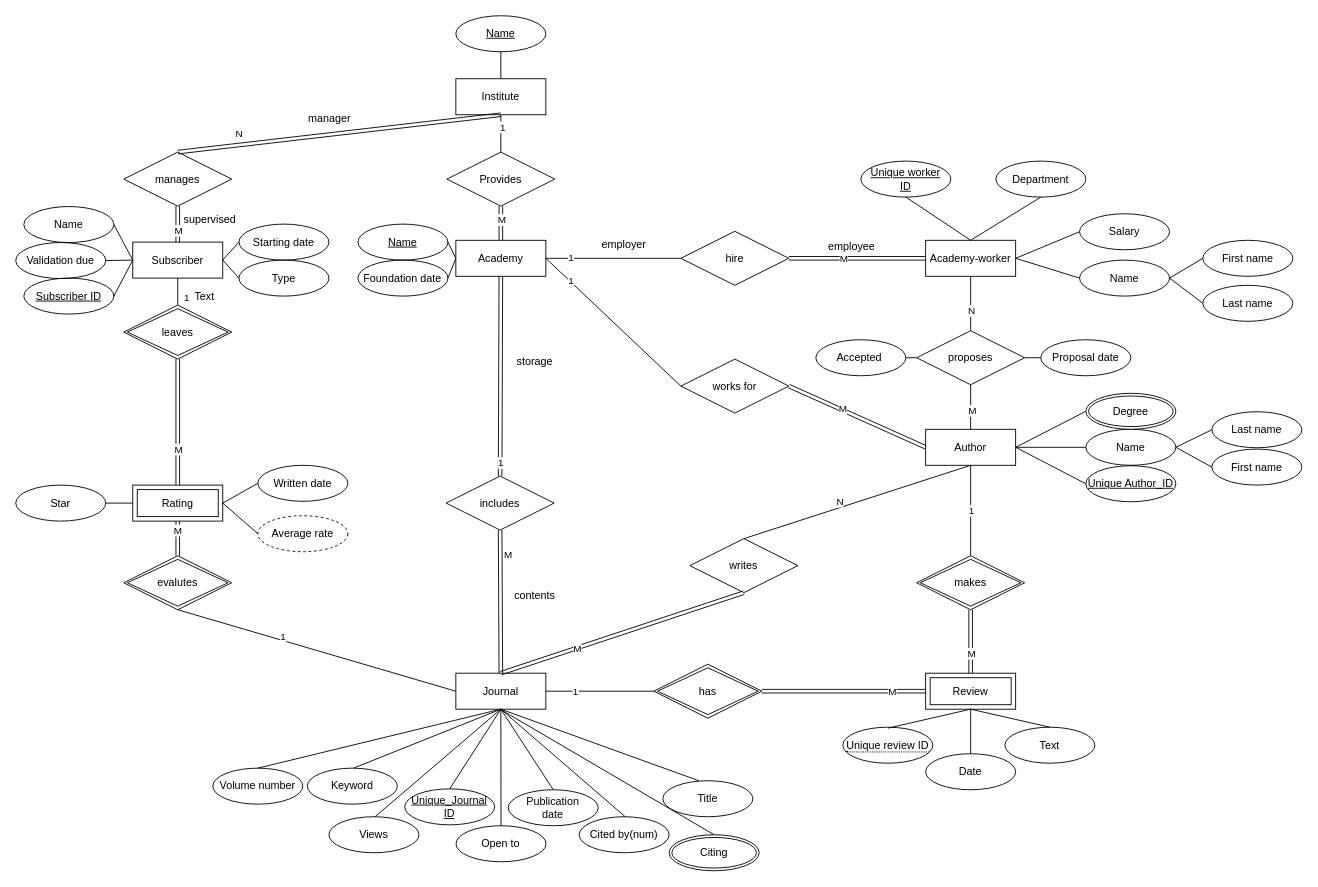
Before: 학교과제/seo.drawio in waroad/Problem-Solving, a draw.io diagram. Source tidied: cells renumbered, new cells numbered last; positions are measured from the earlier drawing's top-left corner, leaving out a move shared by most shapes. Both pictures are drawn from the tidied source at 90%, with x=0, y=0 at pixel (15, 15).
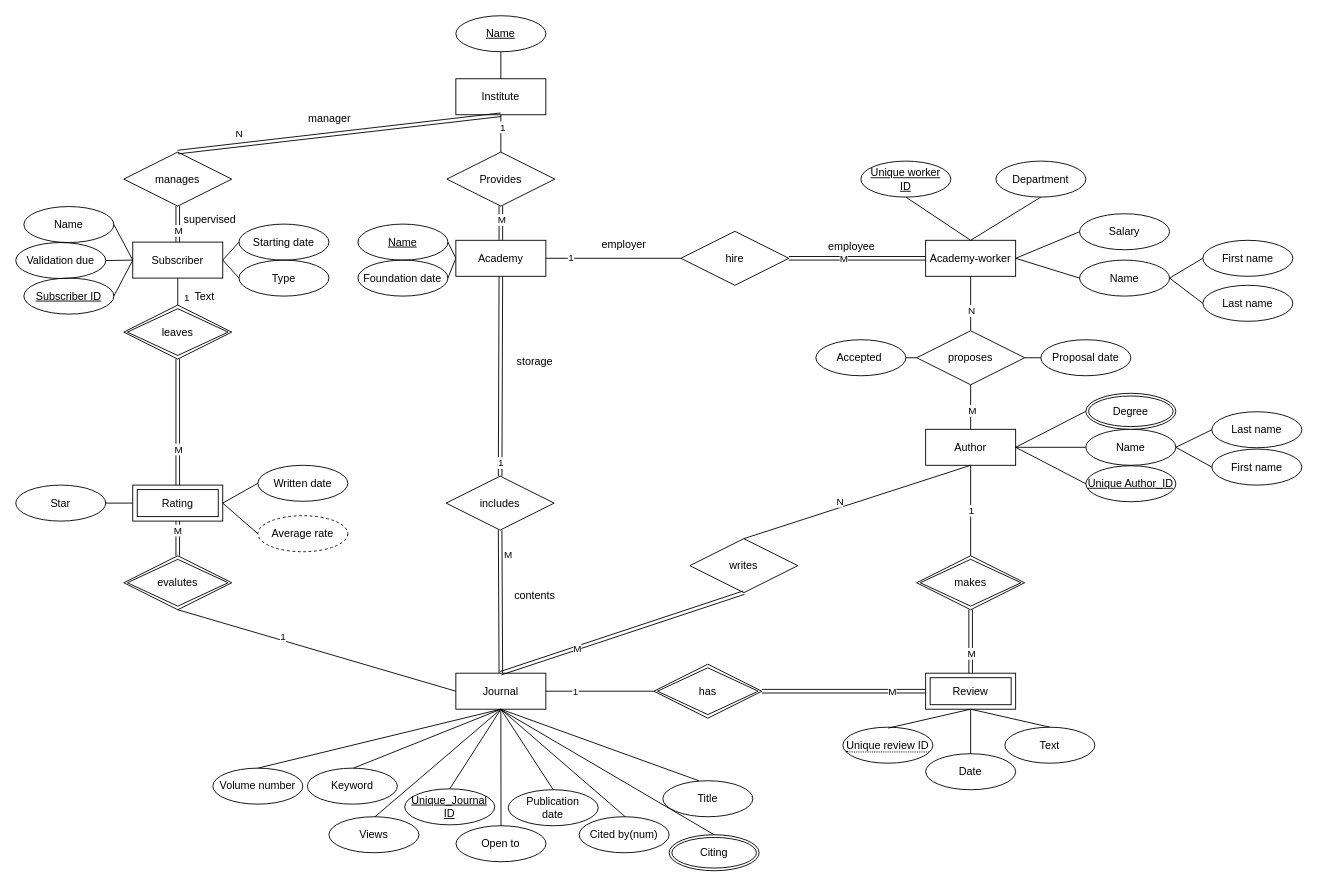
The same page after the edit.

The change refers to these unchanged cells:
```xml
<mxCell id="94" value="Author" style="whiteSpace=wrap;html=1;align=center;direction=west;" parent="1" vertex="1">
  <mxGeometry x="1011" y="459.5" width="100" height="40" as="geometry" />
</mxCell>
<mxCell id="116" value="Academy" style="whiteSpace=wrap;html=1;align=center;direction=west;" parent="1" vertex="1">
  <mxGeometry x="489" y="249.5" width="100" height="40" as="geometry" />
</mxCell>
```

What changed in the source:
```diff
@@
-    <mxCell id="117" style="endArrow=none;html=1;rounded=0;exitX=0;exitY=0.5;exitDx=0;exitDy=0;entryX=1;entryY=0.5;entryDx=0;entryDy=0;" parent="1" edge="1" source="116" target="121">
-      <mxGeometry relative="1" as="geometry" />
-    </mxCell>
-    <mxCell id="118" value="1" style="edgeLabel;html=1;align=center;verticalAlign=middle;" parent="117" vertex="1">
-      <mxGeometry x="-0.64" y="1" relative="1" as="geometry" />
-    </mxCell>
-    <mxCell id="119" style="shape=link;html=1;rounded=0;exitX=0;exitY=0.5;exitDx=0;exitDy=0;entryX=1;entryY=0.5;entryDx=0;entryDy=0;" parent="1" edge="1" source="121" target="94">
-      <mxGeometry relative="1" as="geometry" />
-    </mxCell>
-    <mxCell id="120" value="M" style="edgeLabel;html=1;align=center;verticalAlign=middle;" parent="119" vertex="1">
-      <mxGeometry x="-0.26" y="-3" relative="1" as="geometry">
-        <mxPoint x="4" y="-3" as="offset" />
-      </mxGeometry>
-    </mxCell>
-    <mxCell id="121" value="works for" style="shape=rhombus;perimeter=rhombusPerimeter;whiteSpace=wrap;html=1;align=center;fillColor=none;gradientColor=default;direction=west;" parent="1" vertex="1">
-      <mxGeometry x="739" y="381.5" width="120" height="60" as="geometry" />
-    </mxCell>
```
